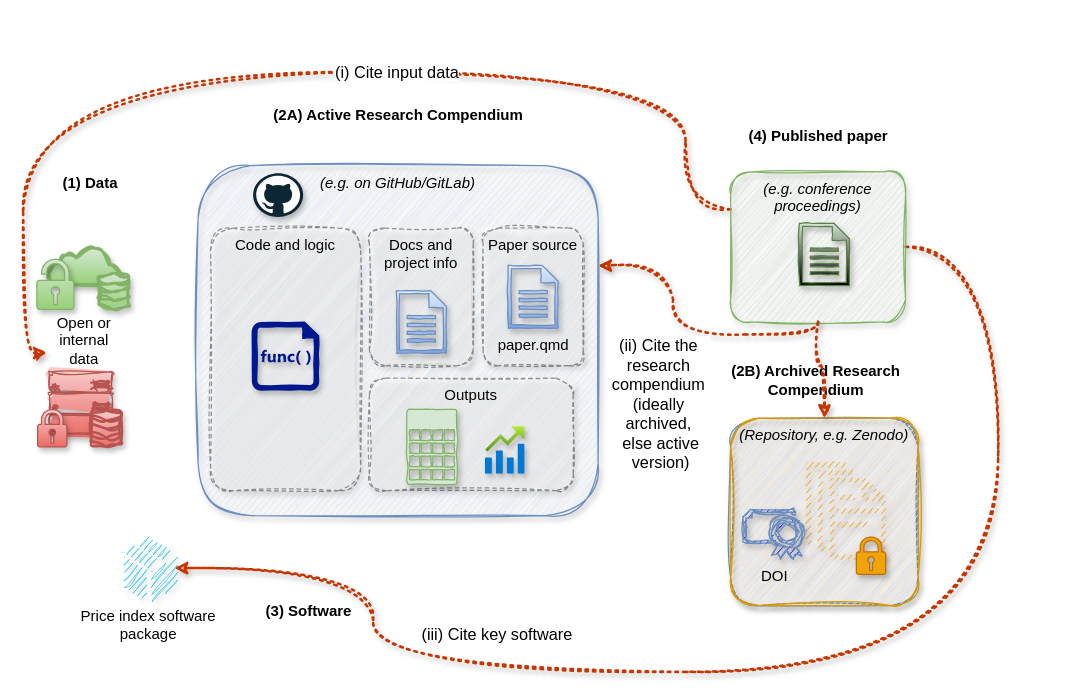
The draw.io diagram page "2-citation" (3 of 3) of docs/images/reserarch-objects-one-level-deeper.drawio in sergegoussev/reproducibility-project, before the edit. Source tidied: cells renumbered, new cells numbered last; positions are measured from the earlier drawing's top-left corner, leaving out a move shared by most shapes. Both pictures are drawn from the tidied source at 125%, with x=0, y=0 at pixel (22, 71). Pictures stored in the file or linked from it are replaced by grey dashed boxes.
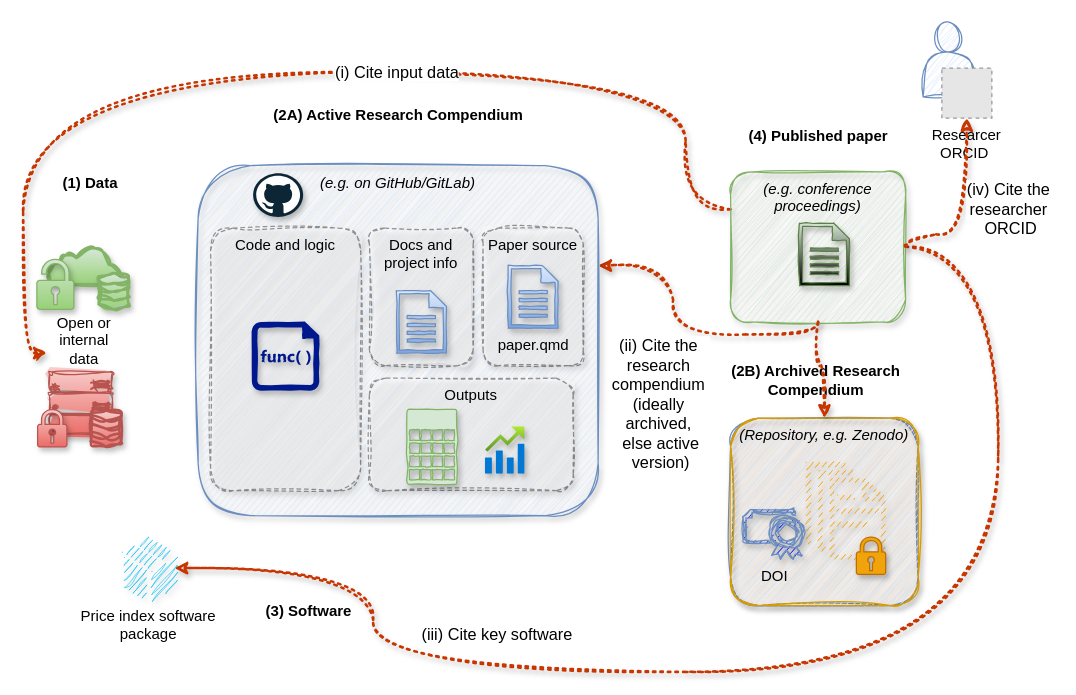
After the change.

Commit message (it also covers changes not shown here):
make the metadata section cleaner, add orchid icon to citation diagram

The change refers to these unchanged cells:
```xml
<mxCell id="5" value="&lt;i&gt;(e.g. conference proceedings)&lt;/i&gt;" style="rounded=1;whiteSpace=wrap;html=1;verticalAlign=top;fillColor=#d5e8d4;strokeColor=#82b366;sketch=1;curveFitting=1;jiggle=2;shadow=1;" parent="1" vertex="1">
  <mxGeometry x="566" y="80" width="140" height="120" as="geometry" />
</mxCell>
```

What changed in the source:
```diff
@@
+    <mxCell id="39" style="shape=actor;whiteSpace=wrap;html=1;labelPosition=center;verticalLabelPosition=bottom;align=center;verticalAlign=top;fillColor=#dae8fc;strokeColor=#6c8ebf;sketch=1;curveFitting=1;jiggle=2;" parent="1" vertex="1">
+      <mxGeometry x="720" y="-40" width="40" height="60" as="geometry" />
+    </mxCell>
@@
+    <mxCell id="40" value="Researcer&#10;ORCID " style="fillColor=#E6E6E6;strokeColor=#999999;dashed=1;labelPosition=center;verticalLabelPosition=bottom;align=center;verticalAlign=top;" parent="1" vertex="1">
+      <mxGeometry x="735" y="-3" width="40" height="40" as="geometry" />
+    </mxCell>
+    <mxCell id="41" value="&lt;span style=&quot;font-size: 13px;&quot;&gt;(iv) Cite the&amp;nbsp;&lt;/span&gt;&lt;div&gt;&lt;span style=&quot;font-size: 13px;&quot;&gt;researcher&amp;nbsp;&lt;/span&gt;&lt;/div&gt;&lt;div&gt;&lt;span style=&quot;font-size: 13px;&quot;&gt;ORCID&lt;/span&gt;&lt;/div&gt;" style="edgeStyle=orthogonalEdgeStyle;rounded=0;jettySize=auto;html=1;dashed=1;dashPattern=1 2;strokeWidth=2;curved=1;fillColor=#fa6800;strokeColor=#C73500;sketch=1;curveFitting=1;jiggle=2;shadow=1;exitX=1;exitY=0.5;exitDx=0;exitDy=0;" parent="1" edge="1" source="5" target="40">
+      <mxGeometry x="0.04" y="-35" relative="1" as="geometry">
+        <Array as="points">
+          <mxPoint x="706" y="130" />
+          <mxPoint x="755" y="130" />
+        </Array>
+      </mxGeometry>
+    </mxCell>
```
